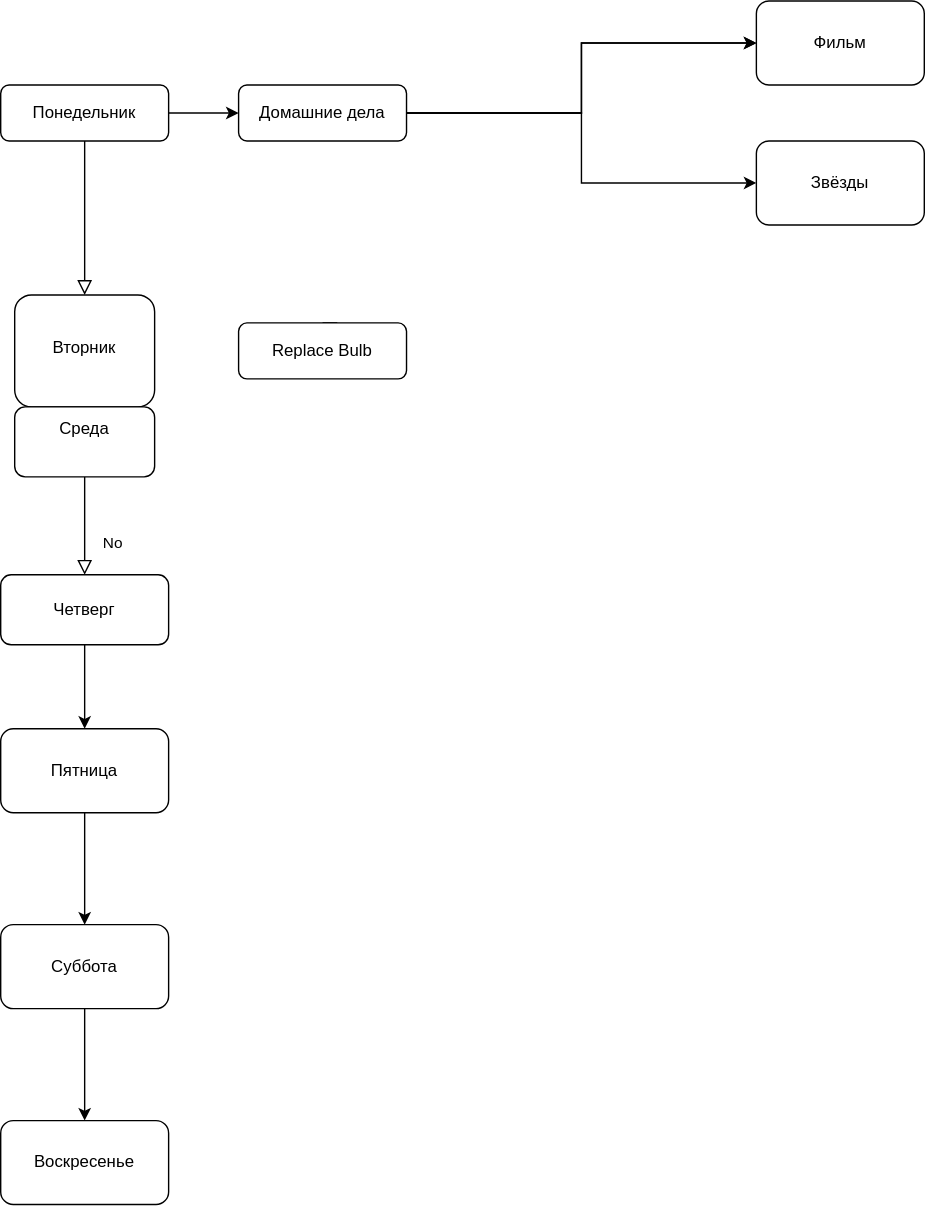
The draw.io diagram Untitled Diagram.drawio.svg in Beattle/app, before a commit. Source tidied: cells renumbered, new cells last; positions are measured from the earlier drawing's top-left corner, leaving out a move shared by most shapes.
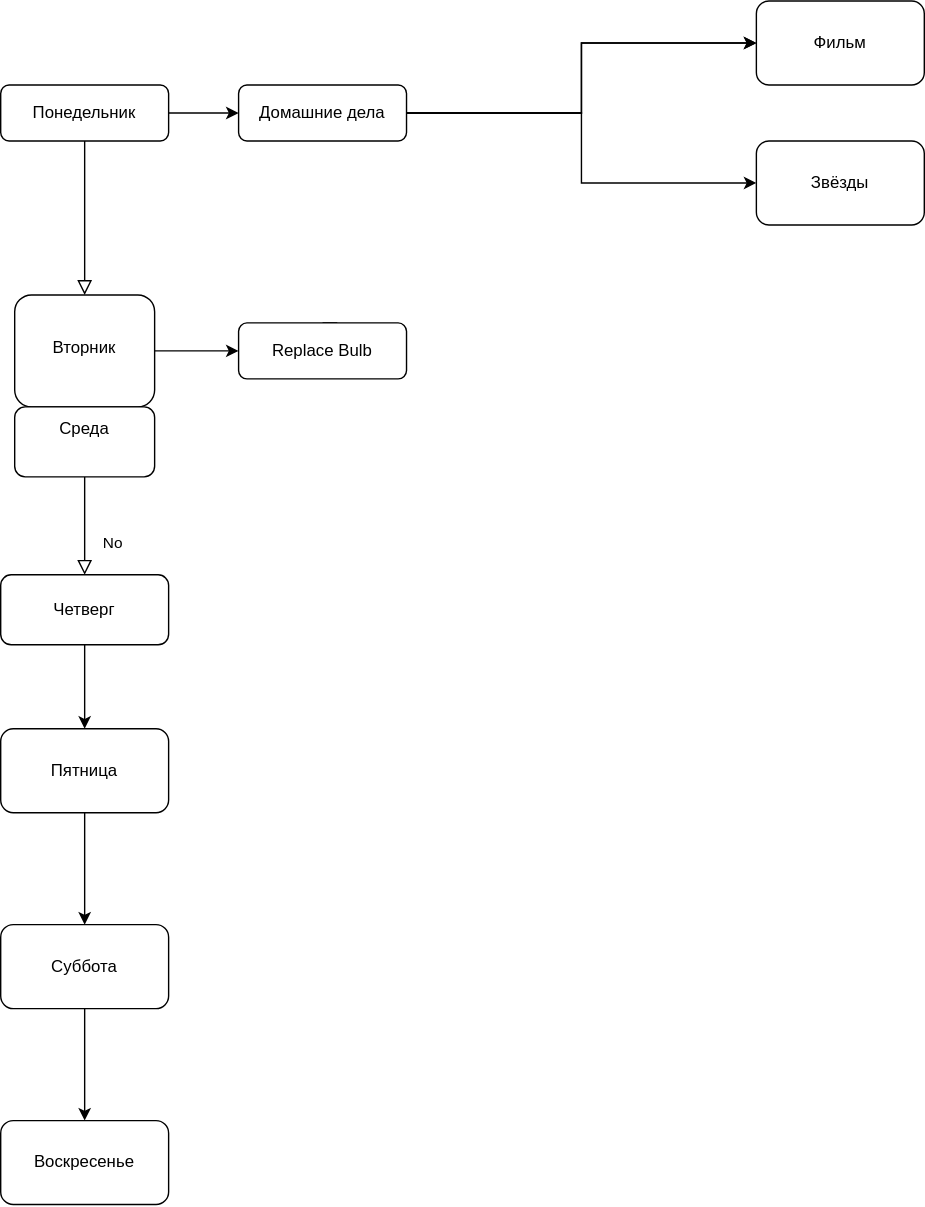
The same file after the commit.

Change to the diagram source:
```diff
@@ -14,6 +14,9 @@
     <mxCell id="5" value="Yes" style="rounded=0;html=1;jettySize=auto;fontSize=11;endArrow=block;endFill=0;endSize=8;strokeWidth=1;shadow=0;labelBackgroundColor=none;edgeStyle=orthogonalEdgeStyle;" parent="1" edge="1" source="6" target="12">
       <mxGeometry y="20" relative="1" as="geometry" />
     </mxCell>
+    <mxCell id="24" style="edgeStyle=orthogonalEdgeStyle;rounded=0;jettySize=auto;html=1;" parent="1" edge="1" source="6" target="16">
+      <mxGeometry relative="1" as="geometry" />
+    </mxCell>
     <mxCell id="6" value="Вторник" style="rounded=1;whiteSpace=wrap;html=1;shadow=0;fontFamily=Helvetica;fontSize=12;align=center;strokeWidth=1;spacing=6;spacingTop=-4;" parent="1" vertex="1">
       <mxGeometry x="10" y="210" width="100" height="80" as="geometry" />
     </mxCell>
```
